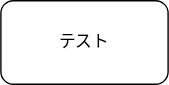
Earlier version of the draw.io export test.drawio.svg (mki2021/test). Source tidied: cells renumbered, new cells last; positions are measured from the earlier drawing's top-left corner, leaving out a move shared by most shapes.
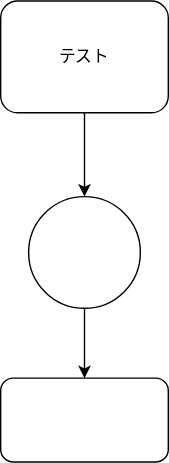
Later version of the same file.

Diff of the diagram source:
```diff
@@ -2,8 +2,20 @@
   <root>
     <mxCell id="0" />
     <mxCell id="1" parent="0" />
+    <mxCell id="3" style="edgeStyle=orthogonalEdgeStyle;rounded=0;jettySize=auto;html=1;" parent="1" edge="1" source="2" target="5">
+      <mxGeometry relative="1" as="geometry" />
+    </mxCell>
     <mxCell id="2" value="テスト" style="rounded=1;whiteSpace=wrap;html=1;" parent="1" vertex="1">
-      <mxGeometry width="120" height="60" as="geometry" />
+      <mxGeometry width="120" height="80" as="geometry" />
     </mxCell>
+    <mxCell id="4" style="edgeStyle=orthogonalEdgeStyle;rounded=0;jettySize=auto;html=1;" parent="1" edge="1" source="5" target="6">
+      <mxGeometry relative="1" as="geometry" />
+    </mxCell>
+    <mxCell id="5" style="ellipse;whiteSpace=wrap;html=1;rounded=1;" parent="1" vertex="1">
+      <mxGeometry x="20" y="140" width="80" height="80" as="geometry" />
+    </mxCell>
+    <mxCell id="6" style="rounded=1;whiteSpace=wrap;html=1;" parent="1" vertex="1">
+      <mxGeometry y="270" width="120" height="60" as="geometry" />
+    </mxCell>
   </root>
 </mxGraphModel>
```
